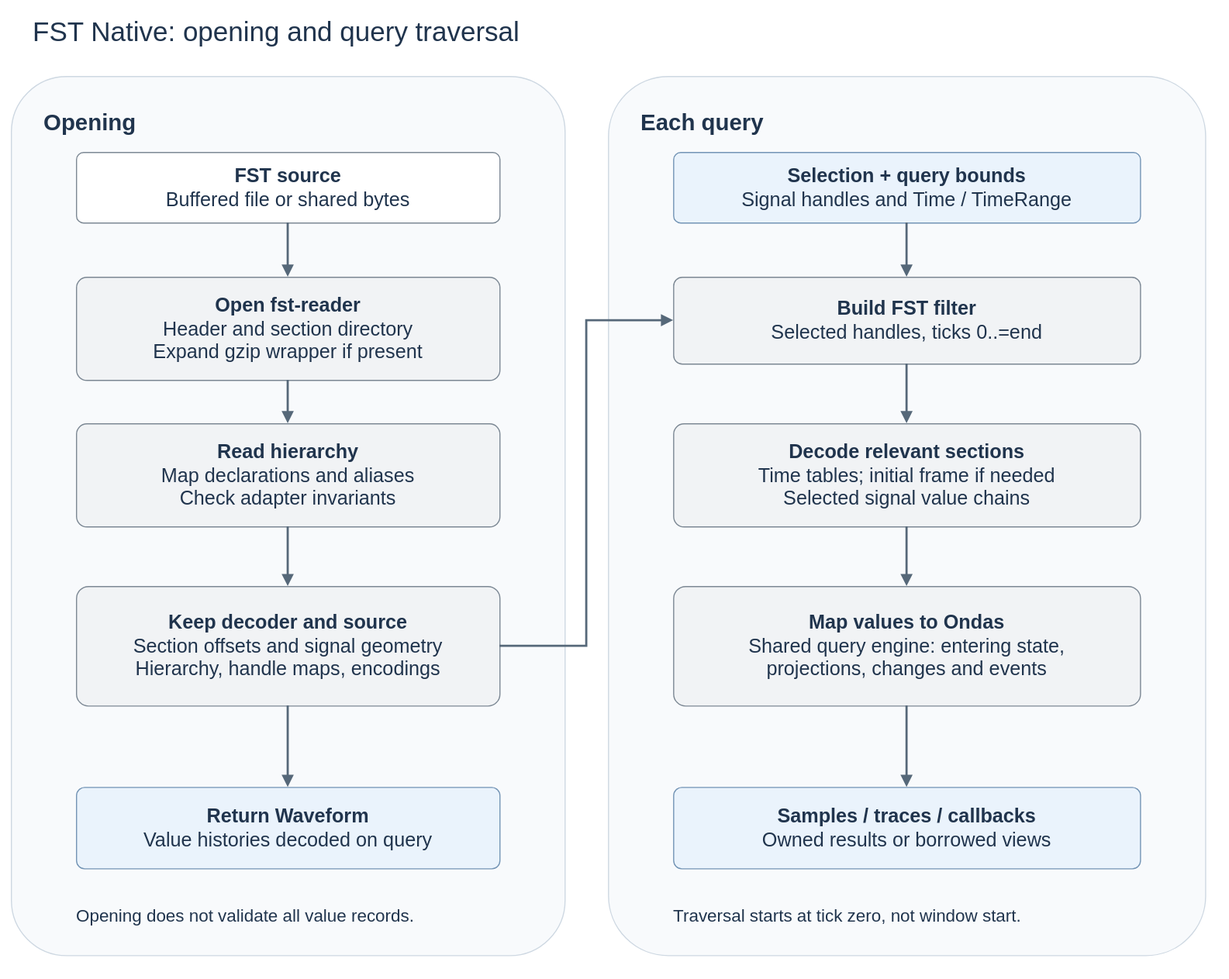
Earlier version of the draw.io export docs/images/fst-lib-flow.drawio.svg (kleverhq/ondas). Source tidied: cells renumbered, new cells last; positions are measured from the earlier drawing's top-left corner, leaving out a move shared by most shapes.
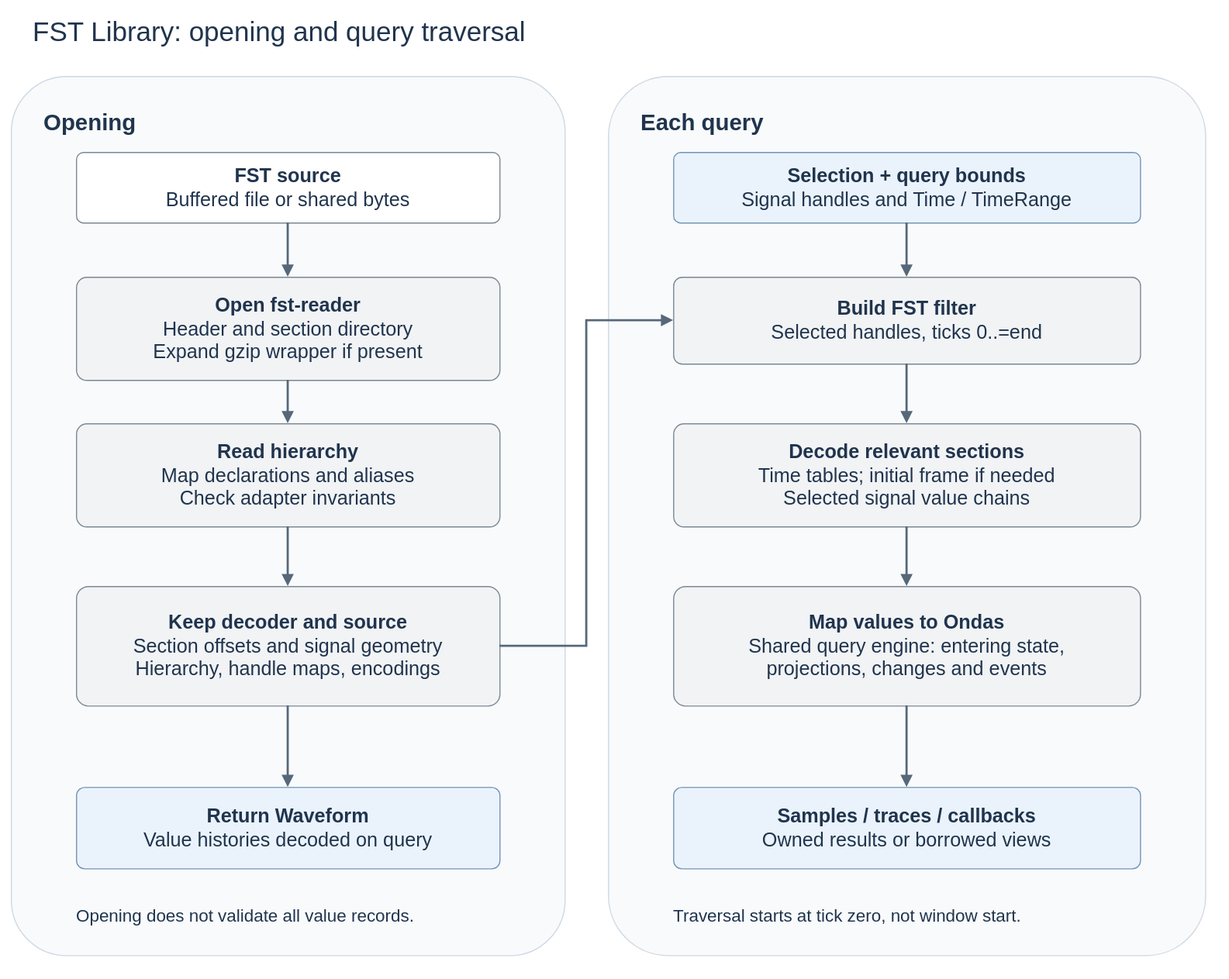
Above is the later version.

Commit message:
docs: fix remaining FST native reader wording

Change to the diagram source:
```diff
@@ -2,7 +2,7 @@
   <root>
     <mxCell id="0" />
     <mxCell id="1" parent="0" />
-    <mxCell id="2" value="FST Native: opening and query traversal" style="rounded=1;arcSize=10;whiteSpace=wrap;html=1;fontFamily=Arial;fontSize=18;fontColor=#20344D;strokeColor=#7394B5;fillColor=#EAF3FC;spacing=10;shape=text;strokeColor=none;fillColor=none;align=left;spacing=0;fontSize=25;" parent="1" vertex="1">
+    <mxCell id="2" value="FST Library: opening and query traversal" style="rounded=1;arcSize=10;whiteSpace=wrap;html=1;fontFamily=Arial;fontSize=18;fontColor=#20344D;strokeColor=#7394B5;fillColor=#EAF3FC;spacing=10;shape=text;strokeColor=none;fillColor=none;align=left;spacing=0;fontSize=25;" parent="1" vertex="1">
       <mxGeometry x="20" width="1060" height="35" as="geometry" />
     </mxCell>
     <mxCell id="3" value="Opening" style="rounded=1;arcSize=10;whiteSpace=wrap;html=1;fontFamily=Arial;fontSize=18;fontColor=#20344D;strokeColor=#7394B5;fillColor=#EAF3FC;spacing=10;fillColor=#F8FAFC;strokeColor=#CED8E2;verticalAlign=top;align=left;fontStyle=1;fontSize=21;spacingTop=15;spacingLeft=20;" parent="1" vertex="1">
```
